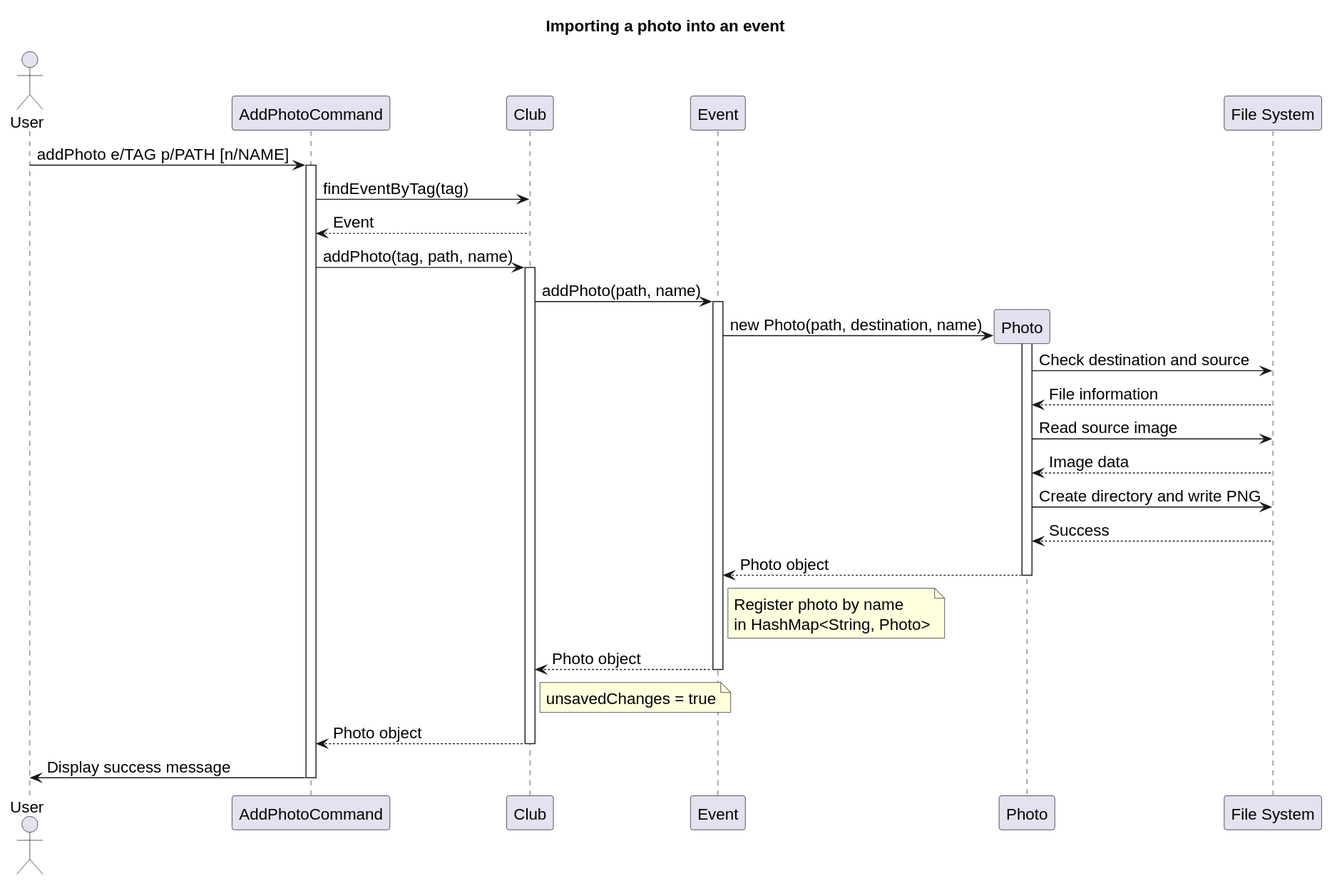
Above: docs/diagrams/photos/PhotoImportSequence.svg in 77chenchen/tp (PlantUML), before the change. The source it was exported from:
```plantuml
@startuml
!include ../shared/UmlStyle.iuml
title Importing a photo into an event

actor User
participant "AddPhotoCommand" as Command
participant "Club" as Club
participant "Event" as Event
participant "Photo" as Photo
participant "File System" as FS

User -> Command : addPhoto e/TAG p/PATH [n/NAME]
activate Command

Command -> Club : findEventByTag(tag)
Club --> Command : Event

Command -> Club : addPhoto(tag, path, name)
activate Club

Club -> Event : addPhoto(path, name)
activate Event

create Photo
Event -> Photo : new Photo(path, destination, name)
activate Photo

Photo -> FS : Check destination and source
FS --> Photo : File information

Photo -> FS : Read source image
FS --> Photo : Image data

Photo -> FS : Create directory and write PNG
FS --> Photo : Success

Photo --> Event : Photo object
deactivate Photo

note right of Event
Register photo by name
in HashMap<String, Photo>
end note

Event --> Club : Photo object
deactivate Event

note right of Club
unsavedChanges = true
end note

Club --> Command : Photo object
deactivate Club

Command -> User : Display success message
deactivate Command
@enduml
```
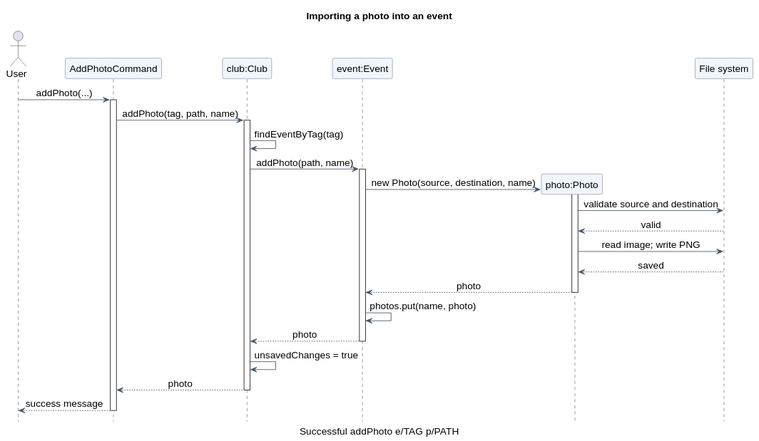
After the change.

Diff of the diagram source:
```diff
@@ -1,57 +1,44 @@
 @startuml
 !include ../shared/UmlStyle.iuml
+scale max 760 width
 title Importing a photo into an event
+caption Successful addPhoto e/TAG p/PATH
+skinparam shadowing false
+skinparam sequenceMessageAlign center
+skinparam ParticipantBackgroundColor #F1F6FC
+skinparam ParticipantBorderColor #40566B
+skinparam ArrowColor #40566B
+hide footbox
 
 actor User
 participant "AddPhotoCommand" as Command
-participant "Club" as Club
-participant "Event" as Event
-participant "Photo" as Photo
-participant "File System" as FS
+participant "club:Club" as Club
+participant "event:Event" as Event
+participant "photo:Photo" as Photo
+participant "File system" as FS
 
-User -> Command : addPhoto e/TAG p/PATH [n/NAME]
+User -> Command : addPhoto(...)
 activate Command
-
-Command -> Club : findEventByTag(tag)
-Club --> Command : Event
-
 Command -> Club : addPhoto(tag, path, name)
 activate Club
-
+Club -> Club : findEventByTag(tag)
 Club -> Event : addPhoto(path, name)
 activate Event
-
 create Photo
-Event -> Photo : new Photo(path, destination, name)
+Event -> Photo : new Photo(source, destination, name)
 activate Photo
-
-Photo -> FS : Check destination and source
-FS --> Photo : File information
-
-Photo -> FS : Read source image
-FS --> Photo : Image data
-
-Photo -> FS : Create directory and write PNG
-FS --> Photo : Success
-
-Photo --> Event : Photo object
+Photo -> FS : validate source and destination
+FS --> Photo : valid
+Photo -> FS : read image; write PNG
+FS --> Photo : saved
+Photo --> Event : photo
 deactivate Photo
-
-note right of Event
-Register photo by name
-in HashMap<String, Photo>
-end note
-
-Event --> Club : Photo object
+Event -> Event : photos.put(name, photo)
+Event --> Club : photo
 deactivate Event
-
-note right of Club
-unsavedChanges = true
-end note
-
-Club --> Command : Photo object
+Club -> Club : unsavedChanges = true
+Club --> Command : photo
 deactivate Club
-
-Command -> User : Display success message
+Command --> User : success message
 deactivate Command
 @enduml
```
